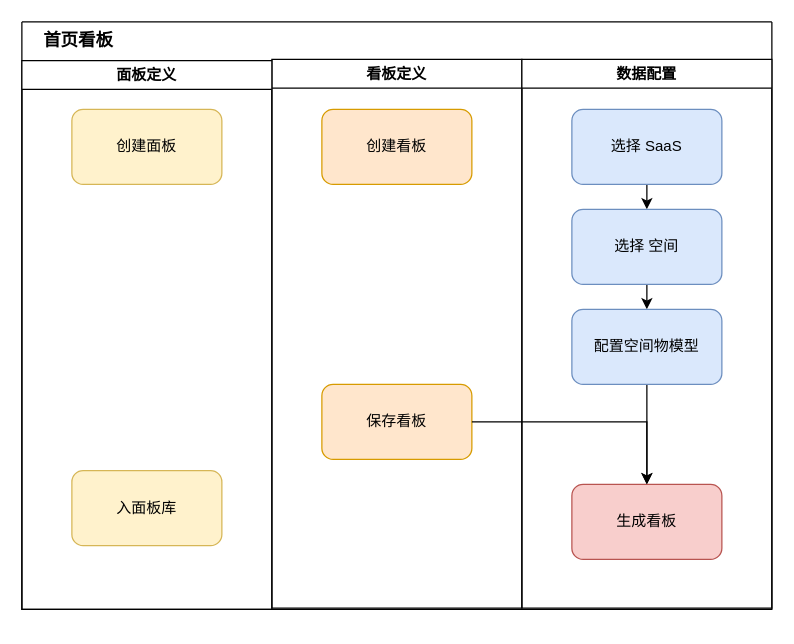
Sidamor/drawio keeps this draw.io diagram as 空间智能化.drawio. Above is the earlier version. Source tidied: cells renumbered, new cells numbered last; positions are measured from the earlier drawing's top-left corner, leaving out a move shared by most shapes. Both pictures are drawn from the tidied source at 125%, with x=0, y=0 at pixel (21, 21).
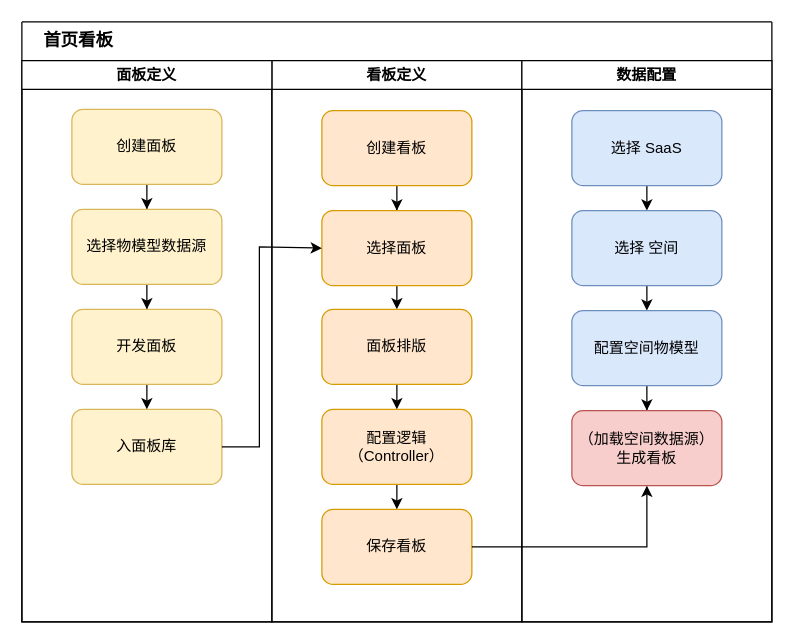
The same diagram, later.

Commit message (it also covers changes not shown here):
更新空间智能化.drawio

Unchanged cells that the change refers to:
```xml
<mxCell id="4" value="创建看板" style="rounded=1;whiteSpace=wrap;html=1;fillColor=#ffe6cc;strokeColor=#d79b00;" parent="3" vertex="1">
  <mxGeometry x="40" y="40" width="120" height="60" as="geometry" />
</mxCell>
<mxCell id="17" value="创建面板" style="rounded=1;whiteSpace=wrap;html=1;fillColor=#fff2cc;strokeColor=#d6b656;" parent="16" vertex="1">
  <mxGeometry x="40" y="39" width="120" height="60" as="geometry" />
</mxCell>
```

Change to the diagram source:
```diff
@@
     <mxCell id="2" style="swimlane;startSize=0;" parent="1" vertex="1">
-      <mxGeometry width="600" height="470" as="geometry" />
+      <mxGeometry width="600" height="480" as="geometry" />
     </mxCell>
     <mxCell id="3" value="看板定义" style="swimlane;whiteSpace=wrap;html=1;" parent="2" vertex="1">
-      <mxGeometry x="200" y="30" width="200" height="439" as="geometry" />
+      <mxGeometry x="200" y="31" width="200" height="449" as="geometry" />
     </mxCell>
+    <mxCell id="19" style="edgeStyle=orthogonalEdgeStyle;rounded=0;jettySize=auto;html=1;" parent="3" edge="1" source="4" target="21">
+      <mxGeometry relative="1" as="geometry" />
+    </mxCell>
@@
     <mxCell id="5" value="保存看板" style="rounded=1;whiteSpace=wrap;html=1;fillColor=#ffe6cc;strokeColor=#d79b00;" parent="3" vertex="1">
-      <mxGeometry x="40" y="260" width="120" height="60" as="geometry" />
+      <mxGeometry x="40" y="359" width="120" height="60" as="geometry" />
     </mxCell>
+    <mxCell id="20" style="edgeStyle=orthogonalEdgeStyle;rounded=0;jettySize=auto;html=1;exitX=0.5;exitY=1;exitDx=0;exitDy=0;entryX=0.5;entryY=0;entryDx=0;entryDy=0;" parent="3" edge="1" source="21" target="25">
+      <mxGeometry relative="1" as="geometry" />
+    </mxCell>
+    <mxCell id="21" value="选择面板" style="rounded=1;whiteSpace=wrap;html=1;fillColor=#ffe6cc;strokeColor=#d79b00;" parent="3" vertex="1">
+      <mxGeometry x="40" y="120" width="120" height="60" as="geometry" />
+    </mxCell>
+    <mxCell id="22" style="edgeStyle=orthogonalEdgeStyle;rounded=0;jettySize=auto;html=1;exitX=0.5;exitY=1;exitDx=0;exitDy=0;entryX=0.5;entryY=0;entryDx=0;entryDy=0;" parent="3" edge="1" source="23" target="5">
+      <mxGeometry relative="1" as="geometry" />
+    </mxCell>
+    <mxCell id="23" value="配置逻辑（Controller）" style="rounded=1;whiteSpace=wrap;html=1;fillColor=#ffe6cc;strokeColor=#d79b00;" parent="3" vertex="1">
+      <mxGeometry x="40" y="279" width="120" height="60" as="geometry" />
+    </mxCell>
+    <mxCell id="24" style="edgeStyle=orthogonalEdgeStyle;rounded=0;jettySize=auto;html=1;exitX=0.5;exitY=1;exitDx=0;exitDy=0;entryX=0.5;entryY=0;entryDx=0;entryDy=0;" parent="3" edge="1" source="25" target="23">
+      <mxGeometry relative="1" as="geometry" />
+    </mxCell>
+    <mxCell id="25" value="面板排版" style="rounded=1;whiteSpace=wrap;html=1;fillColor=#ffe6cc;strokeColor=#d79b00;" parent="3" vertex="1">
+      <mxGeometry x="40" y="199" width="120" height="60" as="geometry" />
+    </mxCell>
     <mxCell id="6" value="数据配置" style="swimlane;whiteSpace=wrap;html=1;" parent="2" vertex="1">
-      <mxGeometry x="400" y="30" width="200" height="439" as="geometry" />
+      <mxGeometry x="400" y="31" width="200" height="449" as="geometry" />
     </mxCell>
@@
-    <mxCell id="13" value="生成看板" style="rounded=1;whiteSpace=wrap;html=1;fillColor=#f8cecc;strokeColor=#b85450;" parent="6" vertex="1">
-      <mxGeometry x="40" y="340" width="120" height="60" as="geometry" />
+    <mxCell id="13" value="（加载空间数据源）&lt;div&gt;生成看板&lt;/div&gt;" style="rounded=1;whiteSpace=wrap;html=1;fillColor=#f8cecc;strokeColor=#b85450;" parent="6" vertex="1">
+      <mxGeometry x="40" y="280" width="120" height="60" as="geometry" />
     </mxCell>
@@
-    <mxCell id="15" style="edgeStyle=orthogonalEdgeStyle;rounded=0;jettySize=auto;html=1;exitX=1;exitY=0.5;exitDx=0;exitDy=0;entryX=0.5;entryY=0;entryDx=0;entryDy=0;" parent="2" edge="1" source="5" target="13">
+    <mxCell id="15" style="edgeStyle=orthogonalEdgeStyle;rounded=0;jettySize=auto;html=1;exitX=1;exitY=0.5;exitDx=0;exitDy=0;entryX=0.5;entryY=1;entryDx=0;entryDy=0;" parent="2" edge="1" source="5" target="13">
       <mxGeometry relative="1" as="geometry" />
     </mxCell>
     <mxCell id="16" value="面板定义" style="swimlane;whiteSpace=wrap;html=1;" parent="1" vertex="1">
-      <mxGeometry y="31" width="200" height="439" as="geometry" />
+      <mxGeometry y="31" width="200" height="449" as="geometry" />
     </mxCell>
+    <mxCell id="26" style="edgeStyle=orthogonalEdgeStyle;rounded=0;jettySize=auto;html=1;" parent="16" edge="1" source="17" target="28">
+      <mxGeometry relative="1" as="geometry" />
+    </mxCell>
@@
     <mxCell id="18" value="入面板库" style="rounded=1;whiteSpace=wrap;html=1;fillColor=#fff2cc;strokeColor=#d6b656;" parent="16" vertex="1">
-      <mxGeometry x="40" y="328" width="120" height="60" as="geometry" />
+      <mxGeometry x="40" y="279" width="120" height="60" as="geometry" />
     </mxCell>
+    <mxCell id="27" style="edgeStyle=orthogonalEdgeStyle;rounded=0;jettySize=auto;html=1;" parent="16" edge="1" source="28" target="30">
+      <mxGeometry relative="1" as="geometry" />
+    </mxCell>
+    <mxCell id="28" value="选择物模型数据源" style="rounded=1;whiteSpace=wrap;html=1;fillColor=#fff2cc;strokeColor=#d6b656;" parent="16" vertex="1">
+      <mxGeometry x="40" y="119" width="120" height="60" as="geometry" />
+    </mxCell>
+    <mxCell id="29" style="edgeStyle=orthogonalEdgeStyle;rounded=0;jettySize=auto;html=1;exitX=0.5;exitY=1;exitDx=0;exitDy=0;entryX=0.5;entryY=0;entryDx=0;entryDy=0;" parent="16" edge="1" source="30" target="18">
+      <mxGeometry relative="1" as="geometry" />
+    </mxCell>
+    <mxCell id="30" value="开发面板" style="rounded=1;whiteSpace=wrap;html=1;fillColor=#fff2cc;strokeColor=#d6b656;" parent="16" vertex="1">
+      <mxGeometry x="40" y="199" width="120" height="60" as="geometry" />
+    </mxCell>
+    <mxCell id="31" style="edgeStyle=orthogonalEdgeStyle;rounded=0;jettySize=auto;html=1;exitX=1;exitY=0.5;exitDx=0;exitDy=0;entryX=0;entryY=0.5;entryDx=0;entryDy=0;" parent="1" edge="1" source="18" target="21">
+      <mxGeometry relative="1" as="geometry">
+        <Array as="points">
+          <mxPoint x="190" y="340" />
+          <mxPoint x="190" y="180" />
+        </Array>
+      </mxGeometry>
+    </mxCell>
```
